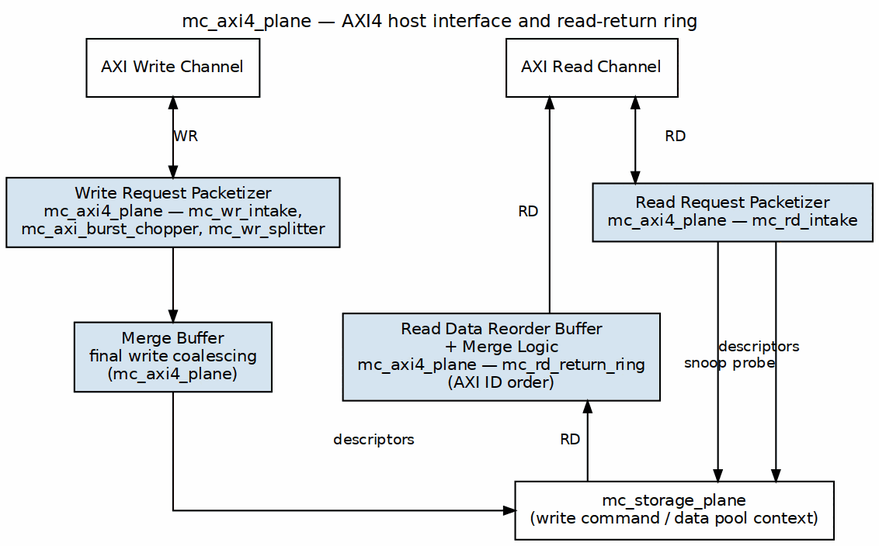
Before: projects/components/mem-ctrl-ip/common-ip/docs/common_mas/assets/graphviz/01_mc_axi4_plane.png, a diagram exported from Graphviz (sean-galloway/RTLDesignSherpa). Its source is kept beside it as projects/components/mem-ctrl-ip/common-ip/docs/common_mas/assets/graphviz/01_mc_axi4_plane.dot.
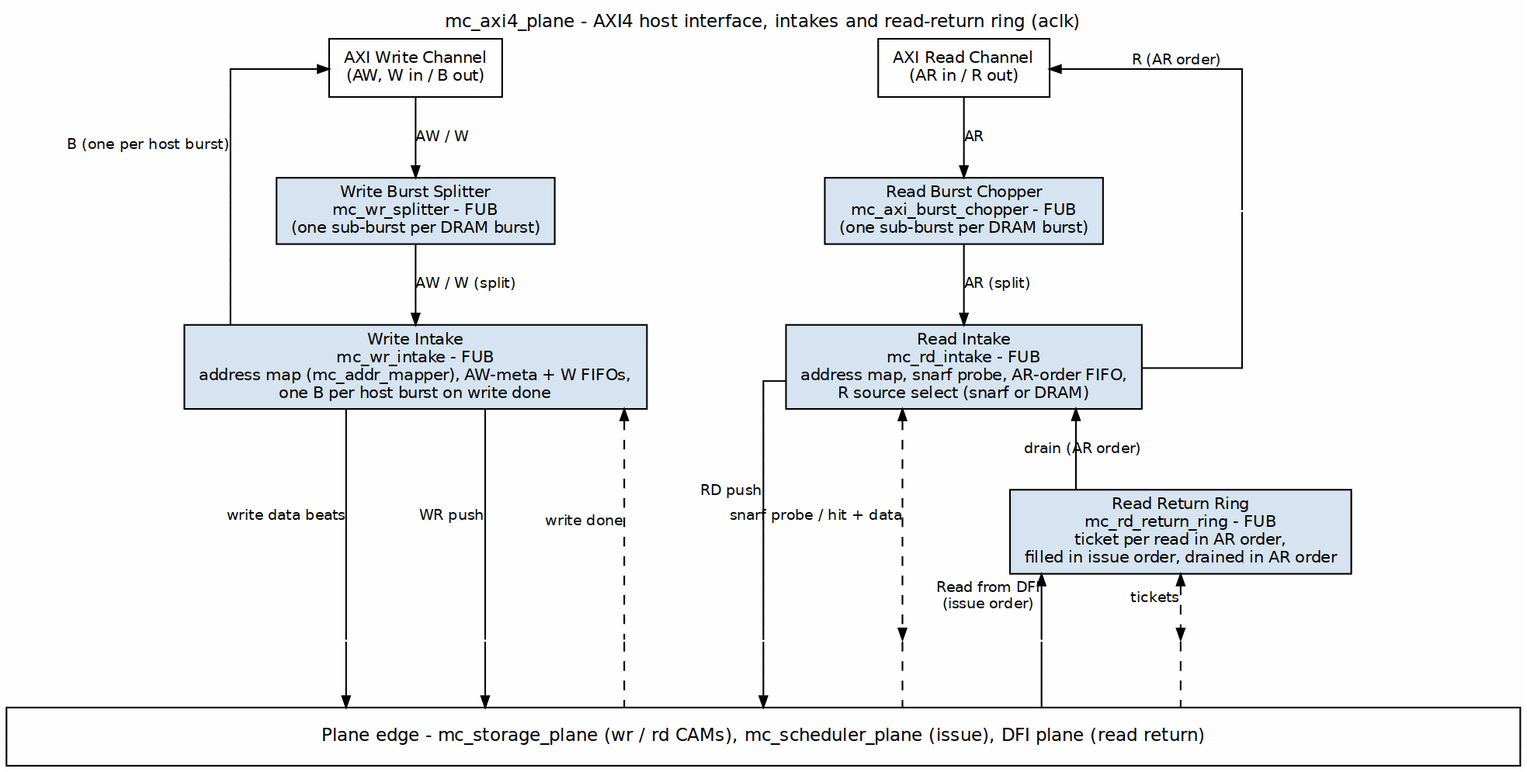
The same diagram one commit later.

The edit, as a diff of the source:
```diff
@@ -1,35 +1,62 @@
 digraph mc_axi4_plane {
     graph [rankdir=TB, bgcolor="white", fontname="Helvetica", fontsize=11,
-           nodesep="0.30", ranksep="0.55", splines=ortho,
-           label="mc_axi4_plane — AXI4 host interface and read-return ring",
+           nodesep="0.60", ranksep="0.55", splines=ortho,
+           label="mc_axi4_plane - AXI4 host interface, intakes and read-return ring (aclk)",
            labelloc=t, labeljust=c];
     node  [fontname="Helvetica", fontsize=10, shape=box, style=filled,
-           fillcolor="#D6E4F0", color="black", margin="0.12,0.07"];
+           fillcolor="#D6E4F0", color="black", margin="0.12,0.06"];
     edge  [fontname="Helvetica", fontsize=9, color="black", arrowsize=0.7];
 
-    axi_wr [label="AXI Write Channel", fillcolor="white"];
-    axi_rd [label="AXI Read Channel", fillcolor="white"];
+    axi_wr [label="AXI Write Channel\n(AW, W in / B out)", fillcolor="white", group=W];
+    axi_rd [label="AXI Read Channel\n(AR in / R out)", fillcolor="white", group=R];
 
-    wr_pkt [label="Write Request Packetizer\nmc_axi4_plane — mc_wr_intake,\nmc_axi_burst_chopper, mc_wr_splitter"];
-    rd_pkt [label="Read Request Packetizer\nmc_axi4_plane — mc_rd_intake"];
-    merge_b [label="Merge Buffer\nfinal write coalescing\n(mc_axi4_plane)"];
-    rbuf [label="Read Data Reorder Buffer\n+ Merge Logic\nmc_axi4_plane — mc_rd_return_ring\n(AXI ID order)"];
+    wr_split [label="Write Burst Splitter\nmc_wr_splitter - FUB\n(one sub-burst per DRAM burst)", group=W];
+    rd_chop  [label="Read Burst Chopper\nmc_axi_burst_chopper - FUB\n(one sub-burst per DRAM burst)", group=R];
 
-    storage [label="mc_storage_plane\n(write command / data pool context)", fillcolor="white"];
+    wr_intake [label="Write Intake\nmc_wr_intake - FUB\naddress map (mc_addr_mapper), AW-meta + W FIFOs,\none B per host burst on write done", group=W];
+    rd_intake [label="Read Intake\nmc_rd_intake - FUB\naddress map, snarf probe, AR-order FIFO,\nR source select (snarf or DRAM)", group=R];
 
-    axi_wr -> wr_pkt [dir=both, arrowhead=normal, label="WR"];
-    axi_rd -> rd_pkt [dir=both, arrowhead=normal, label="RD"];
+    ring [label="Read Return Ring\nmc_rd_return_ring - FUB\nticket per read in AR order,\nfilled in issue order, drained in AR order"];
 
-    wr_pkt -> merge_b;
-    merge_b -> storage [label="descriptors"];
+    bar [label="Plane edge - mc_storage_plane (wr / rd CAMs), mc_scheduler_plane (issue), DFI plane (read return)",
+         fillcolor="white", width=13, height=0.5, fontsize=11];
 
-    rd_pkt -> storage [xlabel="descriptors"];
-    rd_pkt -> storage [xlabel="snoop probe"];
-    storage -> rbuf [label="RD"];
-    rbuf -> axi_rd [label="RD"];
+    node [shape=point, width=0.01, height=0.01, label="", style=invis];
+    x_wd; x_wc; x_done; x_rc; x_sn; x_tk; x_rd; p_r;
+    node [shape=box, style=filled];
+
+    axi_wr   -> wr_split  [label="AW / W"];
+    wr_split -> wr_intake [label="AW / W (split)"];
+    wr_intake -> axi_wr   [xlabel="B (one per host burst)", constraint=false];
+    axi_rd   -> rd_chop   [label="AR"];
+    rd_chop  -> rd_intake [label="AR (split)"];
+
+    wr_intake -> x_wd   [dir=none, xlabel="write data beats"];
+    x_wd      -> bar;
+    wr_intake -> x_wc   [dir=none, xlabel="WR push"];
+    x_wc      -> bar;
+    wr_intake -> x_done [dir=back, style=dashed, xlabel="write done"];
+    x_done    -> bar    [dir=none, style=dashed];
+
+    rd_intake -> x_rc   [dir=none, xlabel="RD push"];
+    x_rc      -> bar;
+    rd_intake -> x_sn   [dir=both, style=dashed, xlabel="snarf probe / hit + data"];
+    x_sn      -> bar    [dir=none, style=dashed];
+
+    ring -> x_tk [dir=both, style=dashed, xlabel="tickets"];
+    x_tk -> bar  [dir=none, style=dashed];
+    ring -> x_rd [dir=back, xlabel="Read from DFI\n(issue order)"];
+    x_rd -> bar  [dir=none];
+    rd_intake -> ring [dir=back, label="drain (AR order)"];
+    axi_rd -> p_r [dir=back, xlabel="R (AR order)"];
+    p_r -> rd_intake [dir=none];
 
     { rank=same; axi_wr; axi_rd; }
-    { rank=same; wr_pkt; rd_pkt; }
-    { rank=same; merge_b; rbuf; }
-    merge_b -> rbuf [style=invis];
+    { rank=same; wr_split; rd_chop; p_r; }
+    { rank=same; wr_intake; rd_intake; }
+    { rank=same; x_wd; x_wc; x_done; x_rc; x_sn; x_tk; x_rd; }
+    x_wd -> x_wc -> x_done -> x_rc -> x_sn -> x_rd -> x_tk [style=invis];
+    axi_wr -> axi_rd [style=invis];
+    wr_split -> rd_chop -> p_r [style=invis];
+    wr_intake -> rd_intake [style=invis];
 }
```
